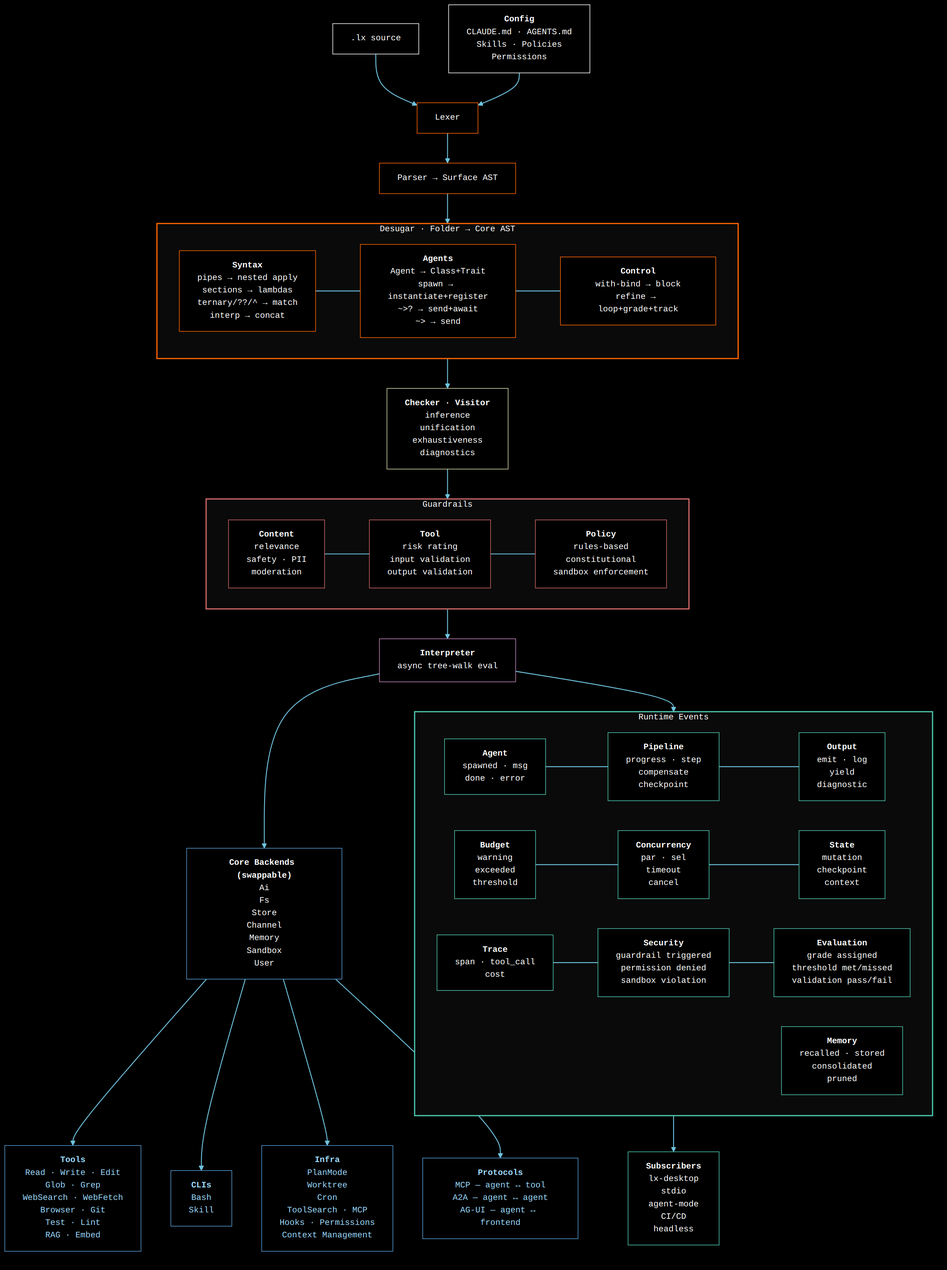
Earlier version of the Mermaid export DIAGRAM.png (Distortedlogic/lx). Its source is kept beside it as DIAGRAM.mmd.
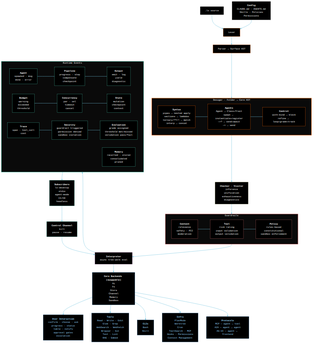
After the commit.

Change to the diagram source:
```diff
@@ -60,9 +60,15 @@
 Store
 Channel
 Memory
-Sandbox
-User`"]:::blue
+Sandbox`"]:::blue
     interpreter --> events
+
+    backends --> user["`**User Interaction**
+confirm · choose · ask
+progress · status
+table · notify
+approval gates
+escalation`"]:::bluelight
 
     subgraph events ["Runtime Events"]
         direction LR
@@ -139,6 +145,11 @@
 CI/CD
 headless`"]:::teal
 
+    subs --> control["`**Control Channel**
+kill
+pause · resume`"]:::teal
+    control --> interpreter
+
     classDef white fill:#000,stroke:#fff,color:#fff
     classDef orange fill:#000,stroke:#ff6600,color:#fff
     classDef yellow fill:#000,stroke:#dcdcaa,color:#fff
```
